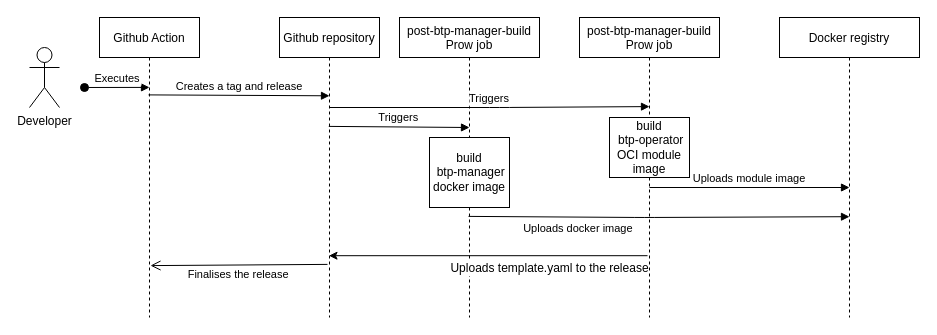
The draw.io diagram docs/assets/release.drawio in kyma-project/btp-manager, before the edit. Source tidied: cells renumbered, new cells numbered last; positions are measured from the earlier drawing's top-left corner, leaving out a move shared by most shapes. Both pictures are drawn from the tidied source at 100%, with x=0, y=0 at pixel (29, 17).
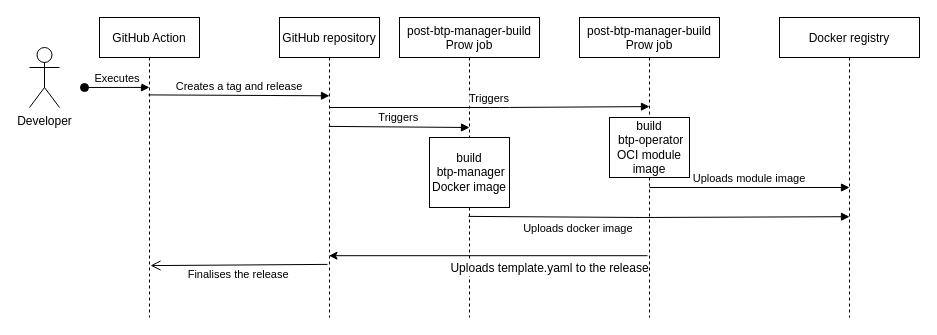
The same diagram, later.

The change refers to these unchanged cells:
```xml
<mxCell id="7" value="post-btp-manager-build&#10;Prow job" style="shape=umlLifeline;perimeter=lifelinePerimeter;rounded=0;shadow=0;strokeWidth=1;" parent="1" vertex="1">
  <mxGeometry x="370" width="140" height="300" as="geometry" />
</mxCell>
```

Change to the diagram source:
```diff
@@
-    <mxCell id="2" value="Github Action" style="shape=umlLifeline;perimeter=lifelinePerimeter;rounded=0;shadow=0;strokeWidth=1;" parent="1" vertex="1">
+    <mxCell id="2" value="GitHub Action" style="shape=umlLifeline;perimeter=lifelinePerimeter;rounded=0;shadow=0;strokeWidth=1;" parent="1" vertex="1">
       <mxGeometry x="70" width="100" height="300" as="geometry" />
     </mxCell>
@@
-    <mxCell id="4" value="Github repository" style="shape=umlLifeline;perimeter=lifelinePerimeter;rounded=0;shadow=0;strokeWidth=1;" parent="1" vertex="1">
+    <mxCell id="4" value="GitHub repository" style="shape=umlLifeline;perimeter=lifelinePerimeter;rounded=0;shadow=0;strokeWidth=1;" parent="1" vertex="1">
       <mxGeometry x="250" width="100" height="300" as="geometry" />
     </mxCell>
@@
-    <mxCell id="8" value="build&#10; btp-manager docker image" style="perimeter=orthogonalPerimeter;rounded=0;shadow=0;strokeWidth=1;horizontal=1;whiteSpace=wrap;" parent="7" vertex="1">
+    <mxCell id="8" value="build&#10; btp-manager Docker image" style="perimeter=orthogonalPerimeter;rounded=0;shadow=0;strokeWidth=1;horizontal=1;whiteSpace=wrap;" parent="7" vertex="1">
       <mxGeometry x="30" y="120" width="80" height="70" as="geometry" />
     </mxCell>
```
